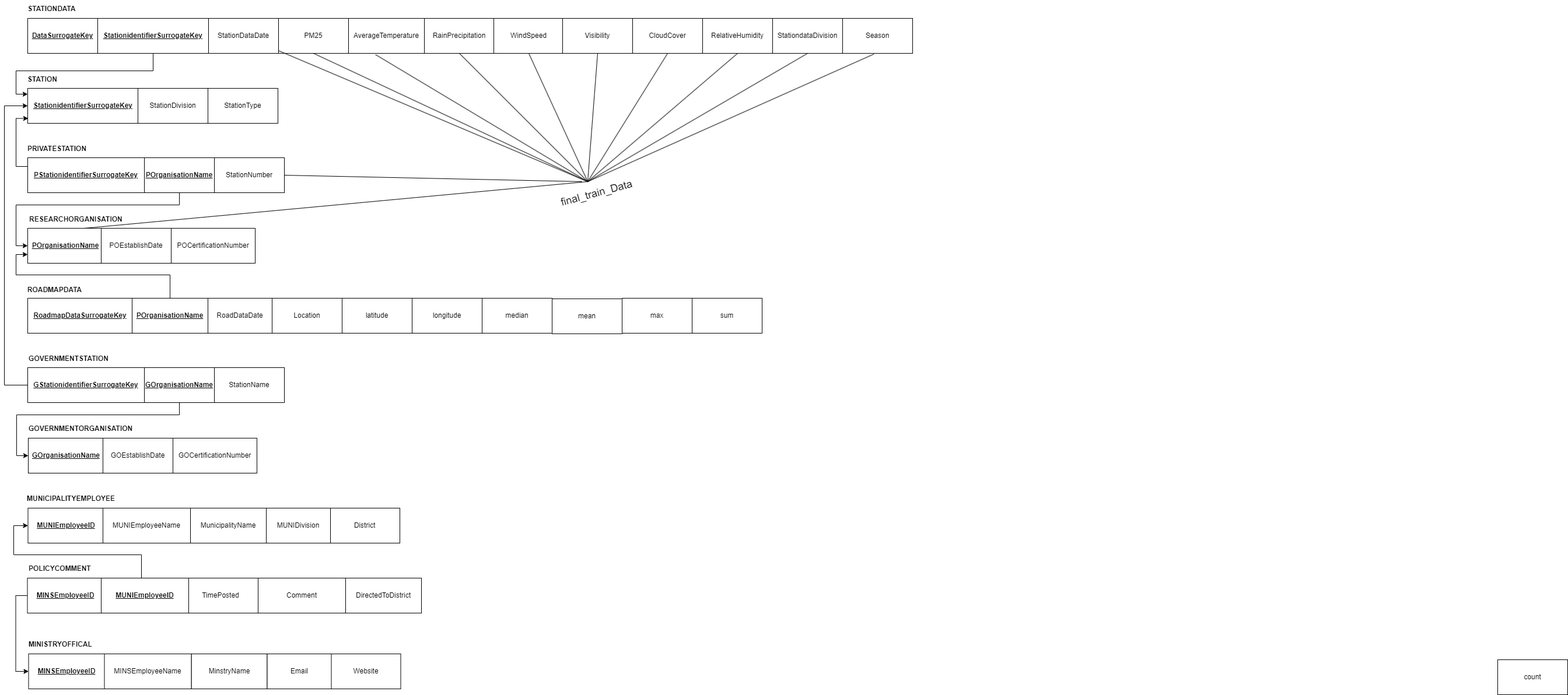
Before: roughWorkForRTablePopulation.drawio.png, a diagram exported from draw.io (toushifhossain1/AirQualityMonitoringOfBangladesh). Source tidied: cells renumbered, new cells last; positions are measured from the earlier drawing's top-left corner, leaving out a move shared by most shapes.
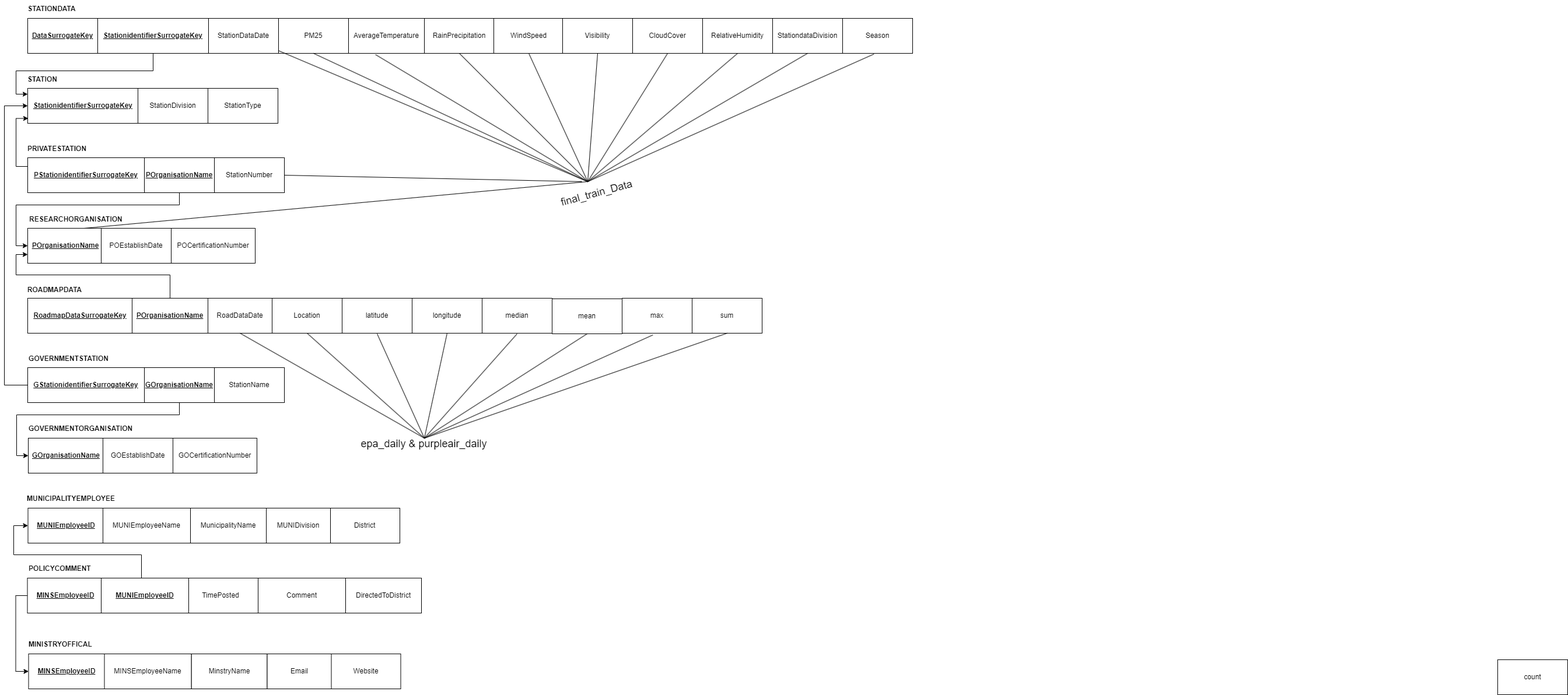
After the change.

What changed in the source:
```diff
@@ -318,5 +318,48 @@
         <mxPoint x="990" y="311" as="targetPoint" />
       </mxGeometry>
     </mxCell>
+    <mxCell id="89" style="endArrow=none;html=1;rounded=0;fontSize=18;entryX=0.5;entryY=1;entryDx=0;entryDy=0;" parent="1" edge="1" target="28">
+      <mxGeometry relative="1" as="geometry">
+        <mxPoint x="720" y="751" as="sourcePoint" />
+      </mxGeometry>
+    </mxCell>
+    <mxCell id="90" style="endArrow=none;html=1;rounded=0;fontSize=18;entryX=0.5;entryY=1;entryDx=0;entryDy=0;" parent="1" edge="1" target="87">
+      <mxGeometry relative="1" as="geometry">
+        <mxPoint x="720" y="751" as="sourcePoint" />
+      </mxGeometry>
+    </mxCell>
+    <mxCell id="91" style="endArrow=none;html=1;rounded=0;fontSize=18;entryX=0.5;entryY=1;entryDx=0;entryDy=0;" parent="1" edge="1" target="26">
+      <mxGeometry relative="1" as="geometry">
+        <mxPoint x="720" y="751" as="sourcePoint" />
+      </mxGeometry>
+    </mxCell>
+    <mxCell id="92" style="endArrow=none;html=1;rounded=0;fontSize=18;entryX=0.5;entryY=1;entryDx=0;entryDy=0;" parent="1" edge="1" target="27">
+      <mxGeometry relative="1" as="geometry">
+        <mxPoint x="720" y="751" as="sourcePoint" />
+      </mxGeometry>
+    </mxCell>
+    <mxCell id="93" style="endArrow=none;html=1;rounded=0;fontSize=18;entryX=0.5;entryY=1;entryDx=0;entryDy=0;" parent="1" edge="1" target="85">
+      <mxGeometry relative="1" as="geometry">
+        <mxPoint x="720" y="751" as="sourcePoint" />
+      </mxGeometry>
+    </mxCell>
+    <mxCell id="94" style="endArrow=none;html=1;rounded=0;fontSize=18;entryX=0.5;entryY=1;entryDx=0;entryDy=0;" parent="1" edge="1" target="86">
+      <mxGeometry relative="1" as="geometry">
+        <mxPoint x="720" y="751" as="sourcePoint" />
+      </mxGeometry>
+    </mxCell>
+    <mxCell id="95" style="endArrow=none;html=1;rounded=0;fontSize=18;entryX=0.439;entryY=1.05;entryDx=0;entryDy=0;entryPerimeter=0;" parent="1" edge="1" target="84">
+      <mxGeometry relative="1" as="geometry">
+        <mxPoint x="720" y="751" as="sourcePoint" />
+      </mxGeometry>
+    </mxCell>
+    <mxCell id="96" style="endArrow=none;html=1;rounded=0;fontSize=18;entryX=0.5;entryY=1;entryDx=0;entryDy=0;" parent="1" edge="1" target="83">
+      <mxGeometry relative="1" as="geometry">
+        <mxPoint x="720" y="751" as="sourcePoint" />
+      </mxGeometry>
+    </mxCell>
+    <mxCell id="97" value="epa_daily &amp;amp; purpleair_daily" style="text;html=1;align=center;verticalAlign=middle;strokeColor=none;fillColor=none;fontSize=18;" parent="1" vertex="1">
+      <mxGeometry x="599" y="741" width="240" height="40" as="geometry" />
+    </mxCell>
   </root>
 </mxGraphModel>
```
